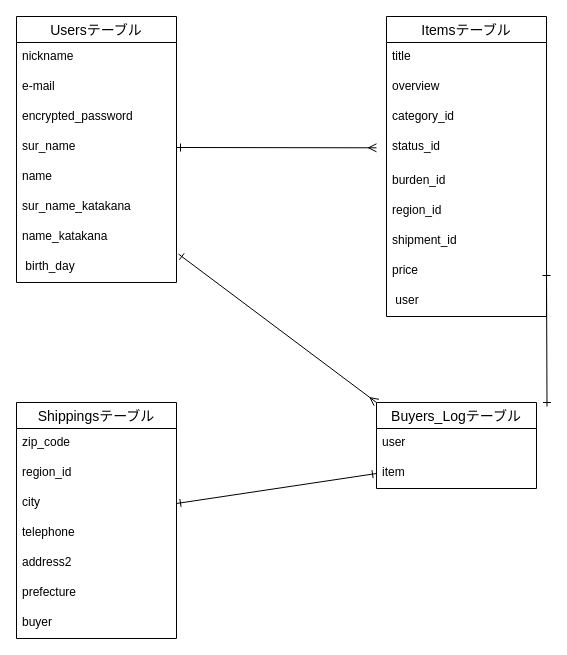
The draw.io diagram test.dio in 3171km/furima-39388, before the edit. Source tidied: cells renumbered, new cells numbered last; positions are measured from the earlier drawing's top-left corner, leaving out a move shared by most shapes. Both pictures are drawn from the tidied source at 100%, with x=0, y=0 at pixel (16, 16).
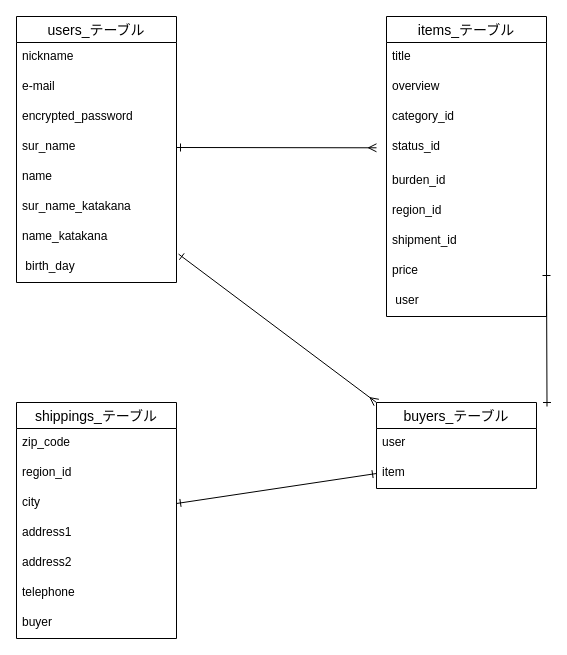
The same page after the edit.

Commit message:
データベース設計(README）4

Diff of the diagram source:
```diff
@@
-    <mxCell id="2" value="Usersテーブル" style="swimlane;fontStyle=0;horizontal=1;startSize=26;align=center;fontSize=14;" parent="1" vertex="1">
+    <mxCell id="2" value="users_テーブル" style="swimlane;fontStyle=0;horizontal=1;startSize=26;align=center;fontSize=14;" parent="1" vertex="1">
       <mxGeometry width="160" height="266" as="geometry" />
     </mxCell>
@@
-    <mxCell id="11" value="Itemsテーブル" style="swimlane;fontStyle=0;horizontal=1;startSize=26;align=center;fontSize=14;" parent="1" vertex="1">
+    <mxCell id="11" value="items_テーブル" style="swimlane;fontStyle=0;horizontal=1;startSize=26;align=center;fontSize=14;" parent="1" vertex="1">
       <mxGeometry x="370" width="160" height="300" as="geometry" />
     </mxCell>
@@
-    <mxCell id="22" value="Buyers_Logテーブル" style="swimlane;fontStyle=0;horizontal=1;startSize=26;align=center;fontSize=14;" parent="1" vertex="1">
+    <mxCell id="22" value="buyers_テーブル" style="swimlane;fontStyle=0;horizontal=1;startSize=26;align=center;fontSize=14;" parent="1" vertex="1">
       <mxGeometry x="360" y="386" width="160" height="86" as="geometry" />
     </mxCell>
@@
-    <mxCell id="25" value="Shippingsテーブル" style="swimlane;fontStyle=0;horizontal=1;startSize=26;align=center;fontSize=14;" parent="1" vertex="1">
+    <mxCell id="25" value="shippings_テーブル" style="swimlane;fontStyle=0;horizontal=1;startSize=26;align=center;fontSize=14;" parent="1" vertex="1">
       <mxGeometry y="386" width="160" height="236" as="geometry" />
     </mxCell>
@@
+    <mxCell id="36" value="address1" style="text;strokeColor=none;fillColor=none;spacingLeft=4;spacingRight=4;overflow=hidden;fontSize=12;" parent="25" vertex="1">
+      <mxGeometry y="116" width="160" height="30" as="geometry" />
+    </mxCell>
+    <mxCell id="30" value="address2" style="text;strokeColor=none;fillColor=none;spacingLeft=4;spacingRight=4;overflow=hidden;fontSize=12;" parent="25" vertex="1">
+      <mxGeometry y="146" width="160" height="30" as="geometry" />
+    </mxCell>
     <mxCell id="29" value="telephone" style="text;strokeColor=none;fillColor=none;spacingLeft=4;spacingRight=4;overflow=hidden;fontSize=12;" parent="25" vertex="1">
-      <mxGeometry y="116" width="160" height="30" as="geometry" />
+      <mxGeometry y="176" width="160" height="30" as="geometry" />
     </mxCell>
-    <mxCell id="30" value="address2" style="text;strokeColor=none;fillColor=none;spacingLeft=4;spacingRight=4;overflow=hidden;fontSize=12;" parent="25" vertex="1">
-      <mxGeometry y="146" width="160" height="30" as="geometry" />
-    </mxCell>
-    <mxCell id="31" value="prefecture" style="text;strokeColor=none;fillColor=none;spacingLeft=4;spacingRight=4;overflow=hidden;fontSize=12;" parent="25" vertex="1">
-      <mxGeometry y="176" width="160" height="30" as="geometry" />
-    </mxCell>
```
